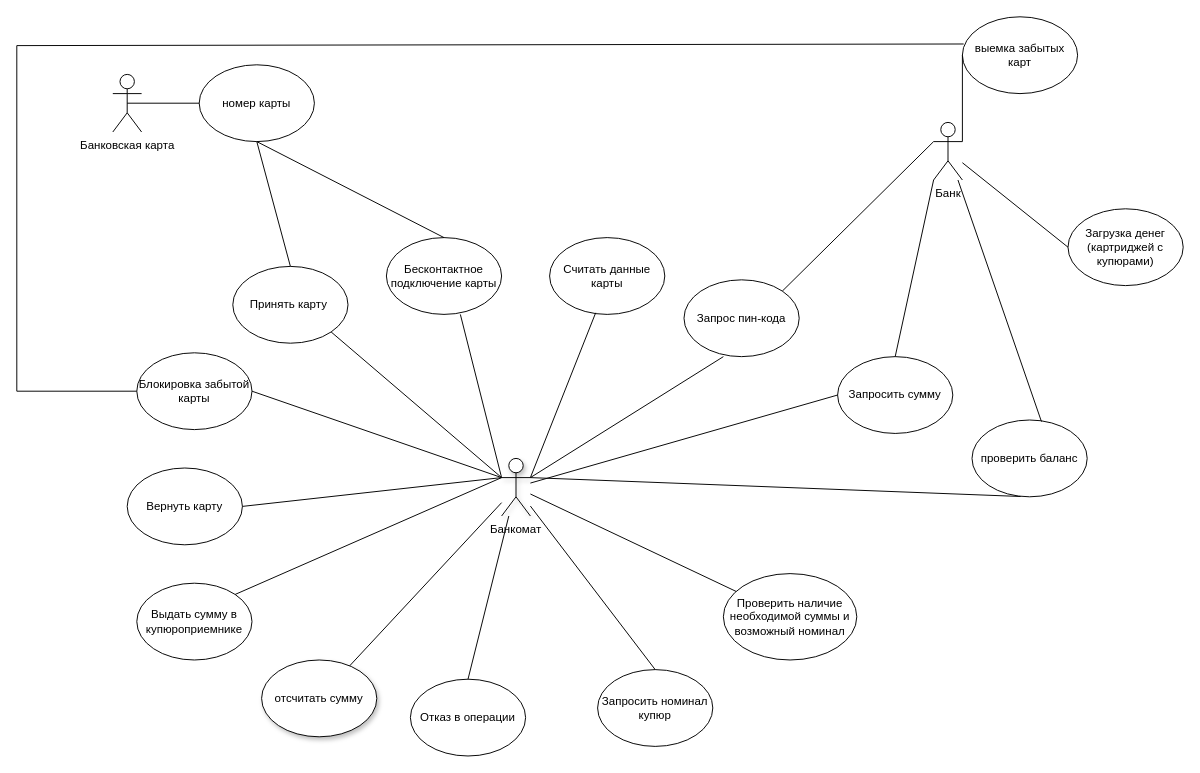
This is Снять деньги в банкомате.drawio from Antysya/UML, a draw.io file, before an edit. Source tidied: cells renumbered, new cells numbered last; positions are measured from the earlier drawing's top-left corner, leaving out a move shared by most shapes. Both pictures are drawn from the tidied source at 96%, with x=0, y=0 at pixel (16, 16).
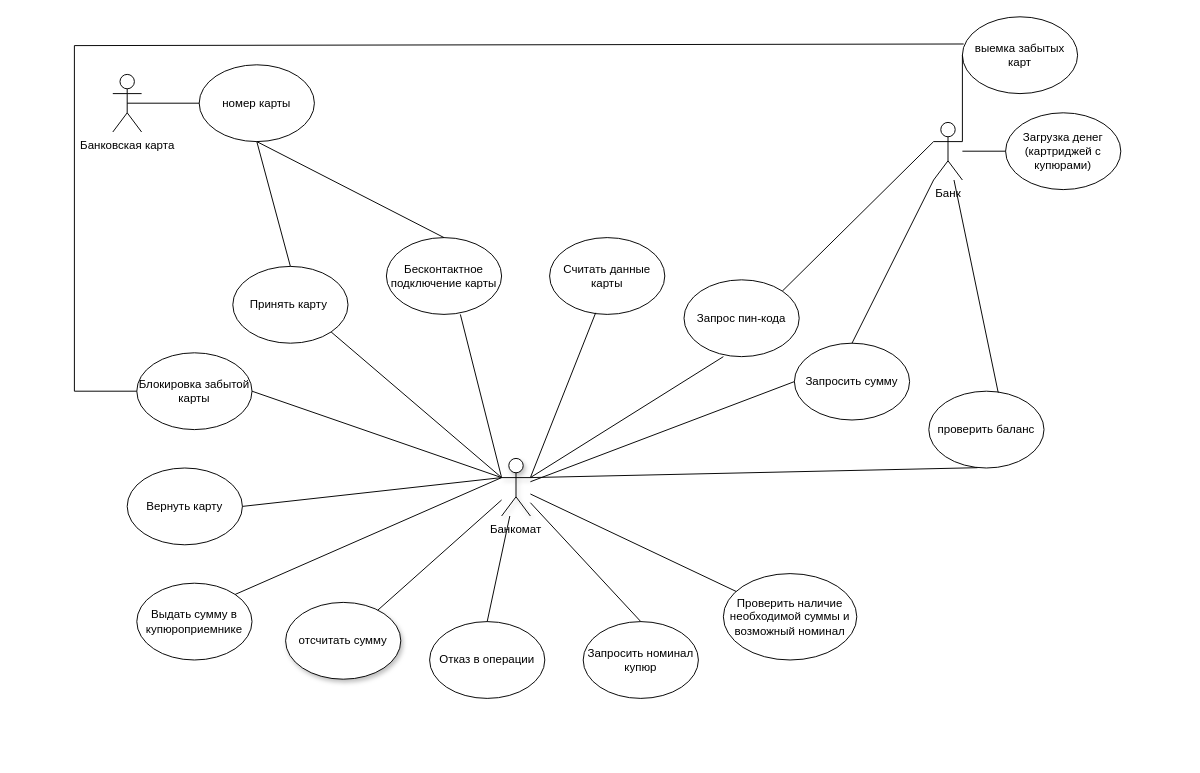
Above is the later version.

Unchanged cells that the change refers to:
```xml
<mxCell id="8" value="выемка забытых карт" style="ellipse;whiteSpace=wrap;html=1;" parent="1" vertex="1">
  <mxGeometry x="985" width="120" height="80" as="geometry" />
</mxCell>
<mxCell id="24" value="Банк" style="shape=umlActor;verticalLabelPosition=bottom;verticalAlign=top;html=1;outlineConnect=0;" parent="1" vertex="1">
  <mxGeometry x="955" y="110" width="30" height="60" as="geometry" />
</mxCell>
<mxCell id="27" value="Блокировка забытой карты" style="ellipse;whiteSpace=wrap;html=1;" parent="1" vertex="1">
  <mxGeometry x="125" y="350" width="120" height="80" as="geometry" />
</mxCell>
```

Change to the diagram source:
```diff
@@
     <mxCell id="5" value="Запросить номинал купюр" style="ellipse;whiteSpace=wrap;html=1;" parent="1" vertex="1">
-      <mxGeometry x="605" y="680" width="120" height="80" as="geometry" />
+      <mxGeometry x="590" y="630" width="120" height="80" as="geometry" />
     </mxCell>
     <mxCell id="6" value="Запросить сумму" style="ellipse;whiteSpace=wrap;html=1;" parent="1" vertex="1">
-      <mxGeometry x="855" y="354" width="120" height="80" as="geometry" />
+      <mxGeometry x="810" y="340" width="120" height="80" as="geometry" />
     </mxCell>
     <mxCell id="7" value="Загрузка денег (картриджей с купюрами)" style="ellipse;whiteSpace=wrap;html=1;" parent="1" vertex="1">
-      <mxGeometry x="1095" y="200" width="120" height="80" as="geometry" />
+      <mxGeometry x="1030" y="100" width="120" height="80" as="geometry" />
     </mxCell>
@@
     <mxCell id="9" value="проверить баланс" style="ellipse;whiteSpace=wrap;html=1;" parent="1" vertex="1">
-      <mxGeometry x="995" y="420" width="120" height="80" as="geometry" />
+      <mxGeometry x="950" y="390" width="120" height="80" as="geometry" />
     </mxCell>
@@
     <mxCell id="21" value="отсчитать сумму" style="ellipse;whiteSpace=wrap;html=1;shadow=1;" parent="1" vertex="1">
-      <mxGeometry x="255" y="670" width="120" height="80" as="geometry" />
+      <mxGeometry x="280" y="610" width="120" height="80" as="geometry" />
     </mxCell>
@@
     <mxCell id="39" value="Отказ в операции" style="ellipse;whiteSpace=wrap;html=1;" parent="1" vertex="1">
-      <mxGeometry x="410" y="690" width="120" height="80" as="geometry" />
+      <mxGeometry x="430" y="630" width="120" height="80" as="geometry" />
     </mxCell>
@@
-    <mxCell id="41" style="endArrow=none;html=1;rounded=0;entryX=0;entryY=1;entryDx=0;entryDy=0;entryPerimeter=0;" parent="1" edge="1" target="24">
-      <mxGeometry relative="1" as="geometry">
-        <mxPoint x="915" y="354" as="sourcePoint" />
-      </mxGeometry>
+    <mxCell id="41" style="endArrow=none;html=1;rounded=0;entryX=0;entryY=1;entryDx=0;entryDy=0;entryPerimeter=0;exitX=0.5;exitY=0;exitDx=0;exitDy=0;" parent="1" edge="1" source="6" target="24">
+      <mxGeometry relative="1" as="geometry" />
     </mxCell>
     <mxCell id="42" style="endArrow=none;html=1;rounded=0;entryX=0.011;entryY=0.354;entryDx=0;entryDy=0;entryPerimeter=0;" parent="1" edge="1" target="8">
       <mxGeometry relative="1" as="geometry">
-        <mxPoint y="30" as="sourcePoint" />
+        <mxPoint x="60" y="30" as="sourcePoint" />
       </mxGeometry>
     </mxCell>
     <mxCell id="43" style="endArrow=none;html=1;rounded=0;" parent="1" edge="1">
       <mxGeometry relative="1" as="geometry">
-        <mxPoint y="390" as="sourcePoint" />
-        <mxPoint y="30" as="targetPoint" />
+        <mxPoint x="60" y="390" as="sourcePoint" />
+        <mxPoint x="60" y="30" as="targetPoint" />
       </mxGeometry>
     </mxCell>
     <mxCell id="44" style="endArrow=none;html=1;rounded=0;entryX=0;entryY=0.5;entryDx=0;entryDy=0;" parent="1" edge="1" target="27">
       <mxGeometry relative="1" as="geometry">
-        <mxPoint y="390" as="sourcePoint" />
+        <mxPoint x="60" y="390" as="sourcePoint" />
       </mxGeometry>
     </mxCell>
```
